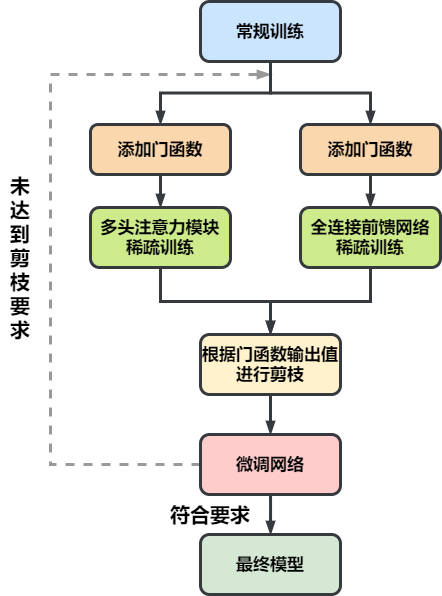
The draw.io diagram flow_shu.png in AAAAAAAyq/Personal-Studying, before a commit. Source tidied: cells renumbered, new cells last; positions are measured from the earlier drawing's top-left corner, leaving out a move shared by most shapes.
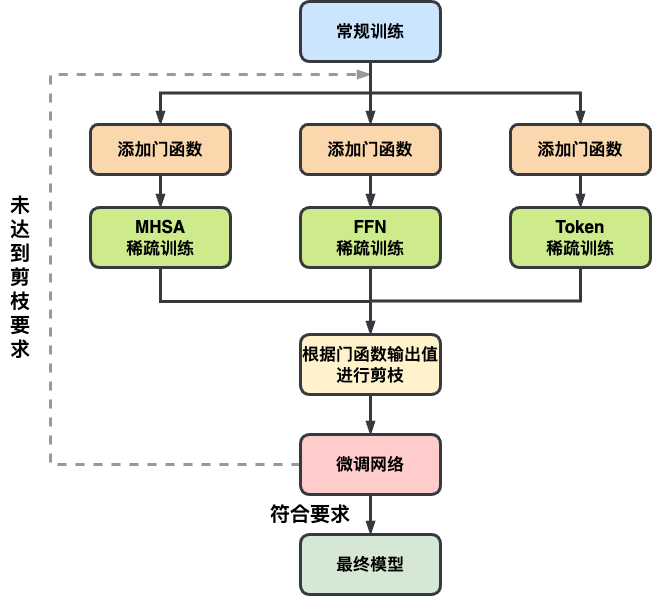
The same diagram one commit later.

What changed in the source:
```diff
@@ -11,21 +11,21 @@
     <mxCell id="4" style="edgeStyle=orthogonalEdgeStyle;rounded=0;jettySize=auto;html=1;exitX=0.5;exitY=0;exitDx=0;exitDy=0;entryX=0.5;entryY=1;entryDx=0;entryDy=0;startArrow=blockThin;startFill=1;endArrow=none;endFill=0;fontSize=17;fontColor=#36393D;strokeColor=#36393D;strokeWidth=3;" parent="1" edge="1" source="5" target="3">
       <mxGeometry relative="1" as="geometry" />
     </mxCell>
-    <mxCell id="5" value="&lt;b style=&quot;font-size: 17px&quot;&gt;&lt;font style=&quot;font-size: 17px&quot;&gt;多头注意力模块&lt;br&gt;稀疏训练&lt;/font&gt;&lt;/b&gt;" style="rounded=1;whiteSpace=wrap;html=1;strokeWidth=3;fillColor=#cdeb8b;fontSize=17;strokeColor=#36393D;" parent="1" vertex="1">
+    <mxCell id="5" value="&lt;b style=&quot;font-size: 17px&quot;&gt;&lt;font style=&quot;font-size: 17px&quot;&gt;MHSA&lt;br&gt;稀疏训练&lt;/font&gt;&lt;/b&gt;" style="rounded=1;whiteSpace=wrap;html=1;strokeWidth=3;fillColor=#cdeb8b;fontSize=17;strokeColor=#36393D;" parent="1" vertex="1">
       <mxGeometry x="90" y="206" width="140" height="60" as="geometry" />
     </mxCell>
     <mxCell id="6" style="edgeStyle=orthogonalEdgeStyle;rounded=0;orthogonalLoop=1;jettySize=auto;html=1;exitX=0.5;exitY=1;exitDx=0;exitDy=0;fontSize=17;" parent="1" edge="1" source="5" target="5">
       <mxGeometry relative="1" as="geometry" />
     </mxCell>
     <mxCell id="7" value="&lt;b&gt;常规训练&lt;/b&gt;" style="rounded=1;whiteSpace=wrap;html=1;strokeWidth=3;fillColor=#cce5ff;fontSize=17;strokeColor=#36393D;" parent="1" vertex="1">
-      <mxGeometry x="200" width="140" height="60" as="geometry" />
+      <mxGeometry x="300" width="140" height="60" as="geometry" />
     </mxCell>
     <mxCell id="8" style="edgeStyle=orthogonalEdgeStyle;rounded=0;jettySize=auto;html=1;startArrow=blockThin;startFill=1;endArrow=none;endFill=0;fontSize=17;fontColor=#36393D;strokeColor=#36393D;strokeWidth=3;" parent="1" edge="1" source="10" target="17">
       <mxGeometry relative="1" as="geometry" />
     </mxCell>
     <mxCell id="9" style="edgeStyle=orthogonalEdgeStyle;rounded=0;jettySize=auto;html=1;startArrow=none;startFill=0;endArrow=blockThin;endFill=1;fontSize=17;fontColor=#36393D;strokeWidth=3;dashed=1;strokeColor=#999999;" parent="1" edge="1" source="10">
       <mxGeometry relative="1" as="geometry">
-        <mxPoint x="270" y="73" as="targetPoint" />
+        <mxPoint x="370" y="73" as="targetPoint" />
         <Array as="points">
           <mxPoint x="50" y="463" />
           <mxPoint x="50" y="73" />
@@ -33,7 +33,7 @@
       </mxGeometry>
     </mxCell>
     <mxCell id="10" value="&lt;b&gt;微调网络&lt;/b&gt;" style="rounded=1;whiteSpace=wrap;html=1;strokeWidth=3;fillColor=#ffcccc;fontSize=17;strokeColor=#36393d;" parent="1" vertex="1">
-      <mxGeometry x="200" y="433" width="140" height="60" as="geometry" />
+      <mxGeometry x="300" y="433" width="140" height="60" as="geometry" />
     </mxCell>
     <mxCell id="11" style="edgeStyle=orthogonalEdgeStyle;rounded=0;jettySize=auto;html=1;exitX=0.5;exitY=0;exitDx=0;exitDy=0;entryX=0.5;entryY=1;entryDx=0;entryDy=0;startArrow=blockThin;startFill=1;endArrow=none;endFill=0;fontSize=17;fontColor=#36393D;strokeColor=#36393D;strokeWidth=3;" parent="1" edge="1" source="12" target="7">
       <mxGeometry relative="1" as="geometry" />
@@ -47,41 +47,56 @@
     <mxCell id="14" style="edgeStyle=orthogonalEdgeStyle;rounded=0;jettySize=auto;html=1;exitX=0.5;exitY=1;exitDx=0;exitDy=0;entryX=0.5;entryY=0;entryDx=0;entryDy=0;startArrow=none;startFill=0;endArrow=blockThin;endFill=1;fontSize=17;fontColor=#36393D;strokeColor=#36393D;strokeWidth=3;" parent="1" edge="1" source="15" target="17">
       <mxGeometry relative="1" as="geometry">
         <Array as="points">
-          <mxPoint x="370" y="300" />
-          <mxPoint x="270" y="300" />
+          <mxPoint x="370" y="313" />
+          <mxPoint x="370" y="313" />
         </Array>
       </mxGeometry>
     </mxCell>
-    <mxCell id="15" value="&lt;b&gt;全连接前馈网络&lt;br&gt;稀疏训练&lt;/b&gt;" style="rounded=1;whiteSpace=wrap;html=1;strokeWidth=3;fillColor=#cdeb8b;fontSize=17;strokeColor=#36393D;" parent="1" vertex="1">
+    <mxCell id="15" value="&lt;b&gt;FFN&lt;br&gt;稀疏训练&lt;/b&gt;" style="rounded=1;whiteSpace=wrap;html=1;strokeWidth=3;fillColor=#cdeb8b;fontSize=17;strokeColor=#36393D;" parent="1" vertex="1">
       <mxGeometry x="300" y="206" width="140" height="60" as="geometry" />
     </mxCell>
     <mxCell id="16" style="edgeStyle=orthogonalEdgeStyle;rounded=0;jettySize=auto;html=1;exitX=0.5;exitY=0;exitDx=0;exitDy=0;entryX=0.5;entryY=1;entryDx=0;entryDy=0;startArrow=blockThin;startFill=1;endArrow=none;endFill=0;fontSize=17;fontColor=#36393D;strokeColor=#36393D;strokeWidth=3;" parent="1" edge="1" source="17" target="5">
       <mxGeometry relative="1" as="geometry">
         <Array as="points">
-          <mxPoint x="270" y="300" />
+          <mxPoint x="370" y="300" />
           <mxPoint x="160" y="300" />
         </Array>
       </mxGeometry>
     </mxCell>
+    <mxCell id="22" style="edgeStyle=orthogonalEdgeStyle;rounded=0;jettySize=auto;html=1;exitX=0.5;exitY=0;exitDx=0;exitDy=0;endArrow=none;fontSize=17;strokeColor=#36393D;fontColor=#36393D;startArrow=blockThin;startFill=1;endFill=0;strokeWidth=3;" parent="1" edge="1" source="17" target="26">
+      <mxGeometry relative="1" as="geometry" />
+    </mxCell>
     <mxCell id="17" value="&lt;b style=&quot;font-size: 17px&quot;&gt;&lt;font style=&quot;font-size: 17px&quot;&gt;根据门函数输出值进行剪枝&lt;/font&gt;&lt;/b&gt;" style="rounded=1;whiteSpace=wrap;html=1;strokeWidth=3;fillColor=#fff2cc;fontSize=17;strokeColor=#36393D;" parent="1" vertex="1">
-      <mxGeometry x="200" y="333" width="140" height="60" as="geometry" />
+      <mxGeometry x="300" y="333" width="140" height="60" as="geometry" />
     </mxCell>
     <mxCell id="18" style="edgeStyle=orthogonalEdgeStyle;rounded=0;jettySize=auto;html=1;startArrow=blockThin;startFill=1;endArrow=none;endFill=0;fontSize=17;fontColor=#36393D;strokeColor=#36393D;strokeWidth=3;" parent="1" edge="1" source="19" target="10">
       <mxGeometry relative="1" as="geometry">
         <Array as="points">
-          <mxPoint x="270" y="513" />
-          <mxPoint x="270" y="513" />
+          <mxPoint x="370" y="513" />
+          <mxPoint x="370" y="513" />
         </Array>
       </mxGeometry>
     </mxCell>
     <mxCell id="19" value="&lt;b&gt;最终模型&lt;/b&gt;" style="rounded=1;whiteSpace=wrap;html=1;strokeWidth=3;fillColor=#d5e8d4;fontSize=17;strokeColor=#36393D;" parent="1" vertex="1">
-      <mxGeometry x="200" y="533" width="140" height="60" as="geometry" />
+      <mxGeometry x="300" y="533" width="140" height="60" as="geometry" />
     </mxCell>
     <mxCell id="20" value="&lt;b&gt;&lt;font style=&quot;font-size: 20px&quot;&gt;未达到剪枝要求&lt;/font&gt;&lt;/b&gt;" style="text;html=1;strokeColor=none;fillColor=none;align=center;verticalAlign=middle;whiteSpace=wrap;rounded=0;" parent="1" vertex="1">
-      <mxGeometry y="246" width="40" height="20" as="geometry" />
+      <mxGeometry y="266" width="40" height="20" as="geometry" />
     </mxCell>
     <mxCell id="21" value="&lt;b&gt;&lt;font style=&quot;font-size: 20px&quot;&gt;符合要求&lt;/font&gt;&lt;/b&gt;" style="text;html=1;strokeColor=none;fillColor=none;align=center;verticalAlign=middle;whiteSpace=wrap;rounded=0;" parent="1" vertex="1">
-      <mxGeometry x="130" y="503" width="160" height="20" as="geometry" />
+      <mxGeometry x="230" y="503" width="160" height="20" as="geometry" />
     </mxCell>
+    <mxCell id="23" style="edgeStyle=orthogonalEdgeStyle;rounded=0;jettySize=auto;html=1;exitX=0.5;exitY=0;exitDx=0;exitDy=0;entryX=0.5;entryY=1;entryDx=0;entryDy=0;endArrow=none;fontSize=17;strokeColor=#36393D;fontColor=#36393D;startArrow=blockThin;startFill=1;endFill=0;strokeWidth=3;" parent="1" edge="1" source="24" target="7">
+      <mxGeometry relative="1" as="geometry" />
+    </mxCell>
+    <mxCell id="24" value="&lt;b style=&quot;font-size: 17px&quot;&gt;&lt;font style=&quot;font-size: 17px&quot;&gt;添加门函数&lt;/font&gt;&lt;/b&gt;" style="rounded=1;whiteSpace=wrap;html=1;strokeWidth=3;fillColor=#fad7ac;fontSize=17;strokeColor=#36393D;" parent="1" vertex="1">
+      <mxGeometry x="510" y="123" width="140" height="50" as="geometry" />
+    </mxCell>
+    <mxCell id="25" style="edgeStyle=orthogonalEdgeStyle;rounded=0;jettySize=auto;html=1;exitX=0.5;exitY=0;exitDx=0;exitDy=0;entryX=0.5;entryY=1;entryDx=0;entryDy=0;startArrow=blockThin;startFill=1;endArrow=none;endFill=0;fontSize=17;fontColor=#36393D;strokeColor=#36393D;strokeWidth=3;" parent="1" edge="1" source="26" target="24">
+      <mxGeometry relative="1" as="geometry" />
+    </mxCell>
+    <mxCell id="26" value="&lt;b&gt;Token&lt;br&gt;稀疏训练&lt;/b&gt;" style="rounded=1;whiteSpace=wrap;html=1;strokeWidth=3;fillColor=#cdeb8b;fontSize=17;strokeColor=#36393D;" parent="1" vertex="1">
+      <mxGeometry x="510" y="206" width="140" height="60" as="geometry" />
+    </mxCell>
   </root>
 </mxGraphModel>
```
